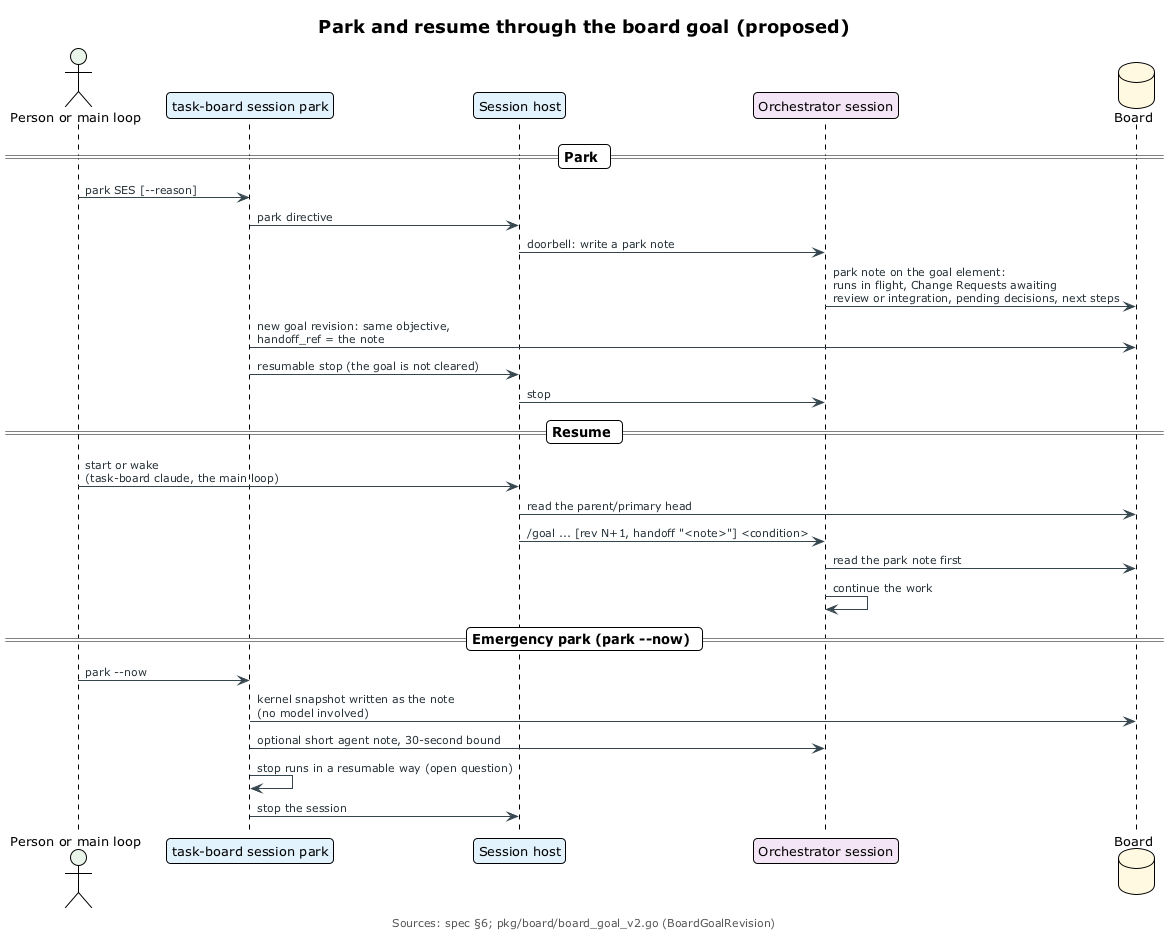
The PlantUML diagram diagrams/artefacts/plantuml/park-and-resume.png in relux-works/agent-session-host, before a commit. The source it was exported from:
```plantuml
@startuml park-and-resume
!include ../_includes/theme.puml

title Park and resume through the board goal (proposed)

actor "Person or main loop" as P $PERSON
participant "task-board session park" as K $SERVICE
participant "Session host" as H $SERVICE
participant "Orchestrator session" as S $AGENT
database "Board" as B $COMMITTED

== Park ==
P -> K: park SES [--reason]
K -> H: park directive
H -> S: doorbell: write a park note
S -> B: park note on the goal element:\nruns in flight, Change Requests awaiting\nreview or integration, pending decisions, next steps
K -> B: new goal revision: same objective,\nhandoff_ref = the note
K -> H: resumable stop (the goal is not cleared)
H -> S: stop

== Resume ==
P -> H: start or wake\n(task-board claude, the main loop)
H -> B: read the parent/primary head
H -> S: /goal ... [rev N+1, handoff "<note>"] <condition>
S -> B: read the park note first
S -> S: continue the work

== Emergency park (park --now) ==
P -> K: park --now
K -> B: kernel snapshot written as the note\n(no model involved)
K -> S: optional short agent note, 30-second bound
K -> K: stop runs in a resumable way (open question)
K -> H: stop the session

caption Sources: spec §6; pkg/board/board_goal_v2.go (BoardGoalRevision)
@enduml
```
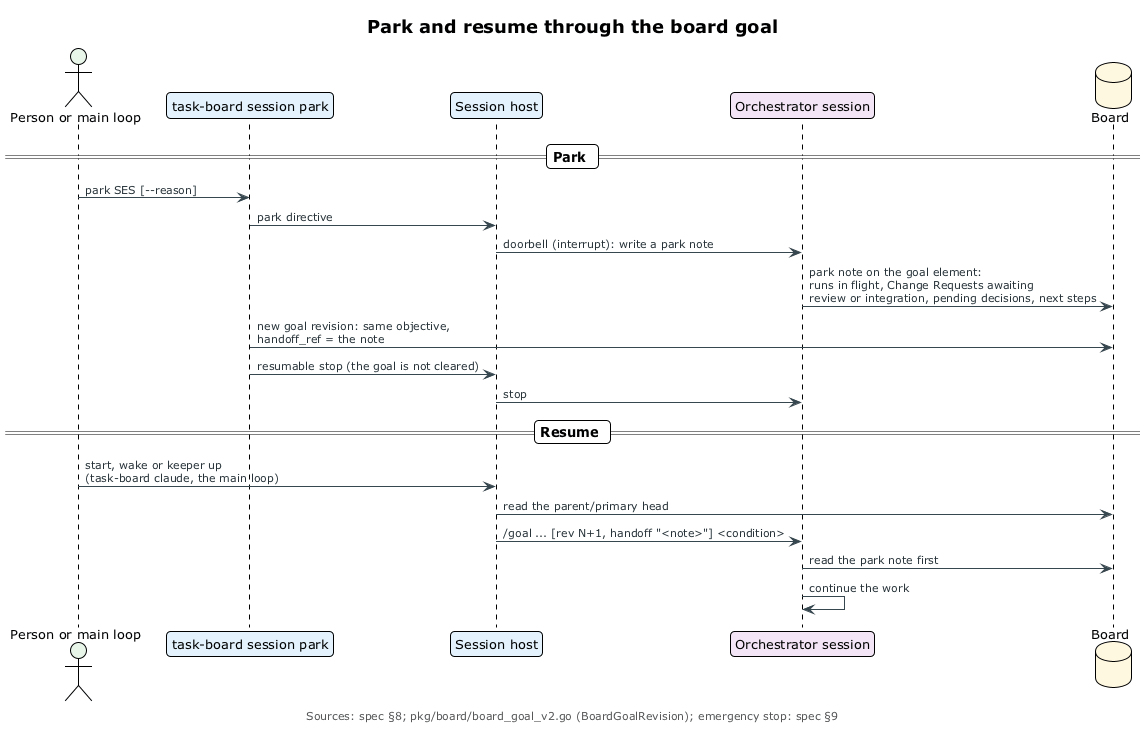
The same file after the commit.

Diff of the diagram source:
```diff
@@ -1,7 +1,7 @@
 @startuml park-and-resume
 !include ../_includes/theme.puml
 
-title Park and resume through the board goal (proposed)
+title Park and resume through the board goal
 
 actor "Person or main loop" as P $PERSON
 participant "task-board session park" as K $SERVICE
@@ -12,25 +12,18 @@
 == Park ==
 P -> K: park SES [--reason]
 K -> H: park directive
-H -> S: doorbell: write a park note
+H -> S: doorbell (interrupt): write a park note
 S -> B: park note on the goal element:\nruns in flight, Change Requests awaiting\nreview or integration, pending decisions, next steps
 K -> B: new goal revision: same objective,\nhandoff_ref = the note
 K -> H: resumable stop (the goal is not cleared)
 H -> S: stop
 
 == Resume ==
-P -> H: start or wake\n(task-board claude, the main loop)
+P -> H: start, wake or keeper up\n(task-board claude, the main loop)
 H -> B: read the parent/primary head
 H -> S: /goal ... [rev N+1, handoff "<note>"] <condition>
 S -> B: read the park note first
 S -> S: continue the work
 
-== Emergency park (park --now) ==
-P -> K: park --now
-K -> B: kernel snapshot written as the note\n(no model involved)
-K -> S: optional short agent note, 30-second bound
-K -> K: stop runs in a resumable way (open question)
-K -> H: stop the session
-
-caption Sources: spec §6; pkg/board/board_goal_v2.go (BoardGoalRevision)
+caption Sources: spec §8; pkg/board/board_goal_v2.go (BoardGoalRevision); emergency stop: spec §9
 @enduml
```
